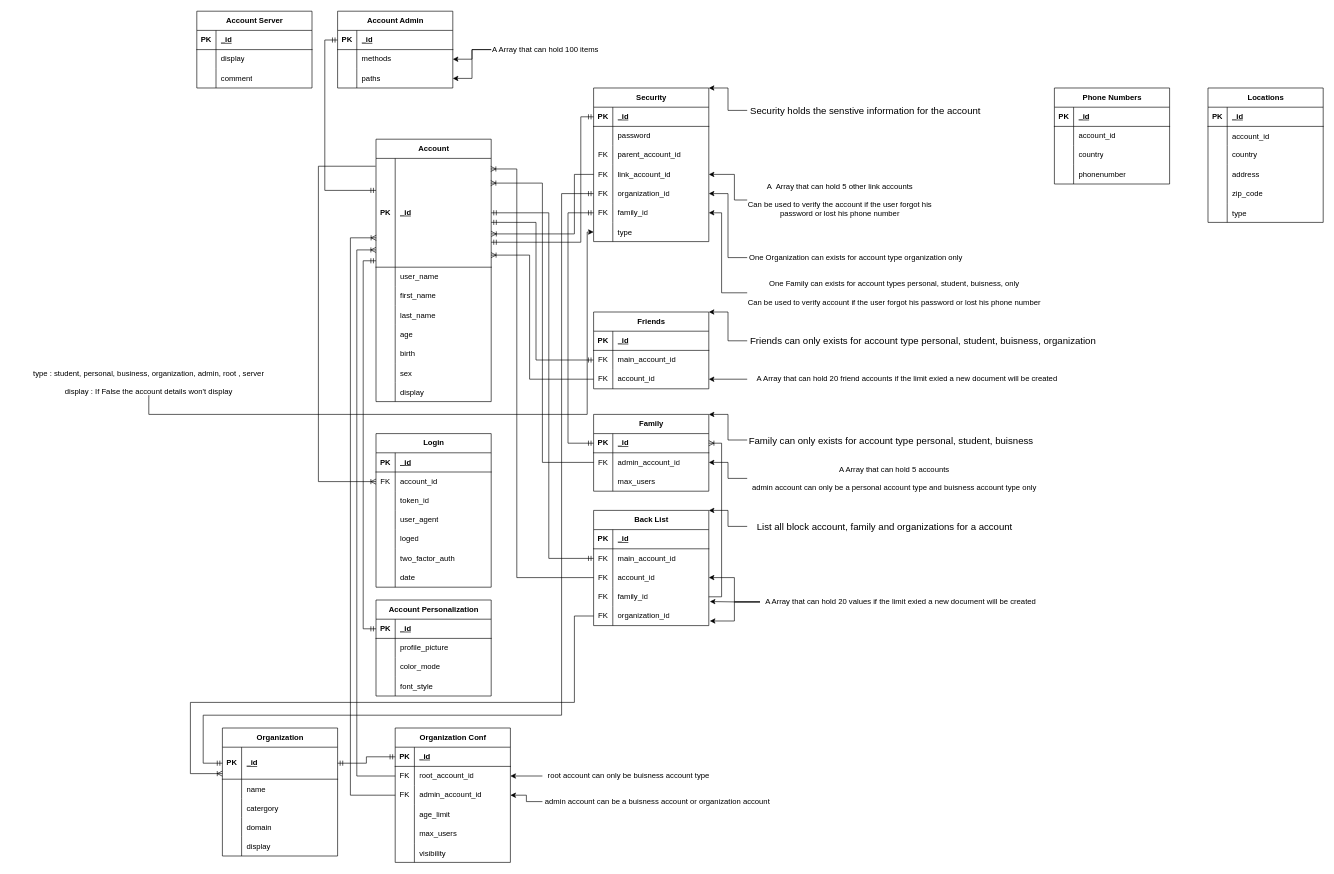
The draw.io diagram draw.io/relationShip.drawio in 0-kodiya-0/AccountSystem, before the edit. Source tidied: cells renumbered, new cells numbered last; positions are measured from the earlier drawing's top-left corner, leaving out a move shared by most shapes. Both pictures are drawn from the tidied source at 64%, with x=0, y=0 at pixel (11, 11).
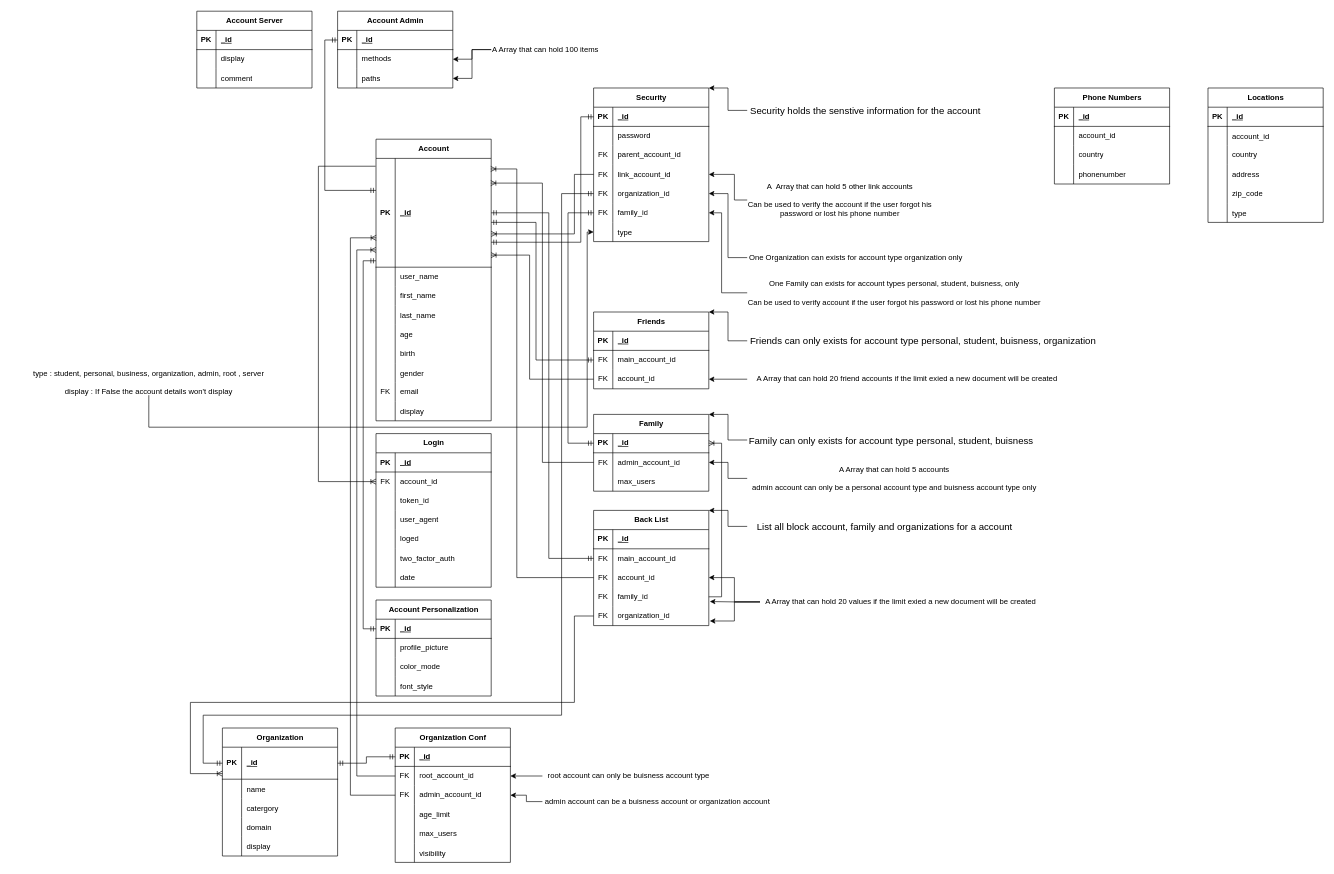
The same page after the edit.

The change refers to these unchanged cells:
```xml
<mxCell id="21" style="shape=tableRow;horizontal=0;startSize=0;swimlaneHead=0;swimlaneBody=0;fillColor=none;top=0;left=0;right=0;bottom=0;" parent="2" vertex="1">
  <mxGeometry y="350" width="180" height="30" as="geometry" />
</mxCell>
<mxCell id="46" style="shape=tableRow;horizontal=0;startSize=0;swimlaneHead=0;swimlaneBody=0;fillColor=none;points=[[0,0.5],[1,0.5]];portConstraint=eastwest;top=0;left=0;right=0;bottom=0;" parent="27" vertex="1">
  <mxGeometry y="210" width="180" height="30" as="geometry" />
</mxCell>
<mxCell id="115" value="type : student, personal, business, organization, admin, root , server&lt;br&gt;&lt;br&gt;display : If False the account details won't display" style="text;html=1;strokeColor=none;fillColor=none;align=center;verticalAlign=middle;whiteSpace=wrap;rounded=0;" parent="1" vertex="1">
  <mxGeometry y="560" width="430" height="40" as="geometry" />
</mxCell>
```

Diff of the diagram source:
```diff
@@
     <mxCell id="2" value="Account" style="shape=table;startSize=30;childLayout=tableLayout;rowLines=0;fontStyle=1;align=center;html=1;" parent="1" vertex="1">
-      <mxGeometry x="570" y="200" width="180" height="410" as="geometry" />
+      <mxGeometry x="570" y="200" width="180" height="440" as="geometry" />
     </mxCell>
@@
-    <mxCell id="23" value="sex" style="shape=partialRectangle;fillColor=none;top=0;left=0;bottom=0;right=0;align=left;spacingLeft=6;overflow=hidden;" parent="21" vertex="1">
+    <mxCell id="23" value="gender" style="shape=partialRectangle;fillColor=none;top=0;left=0;bottom=0;right=0;align=left;spacingLeft=6;overflow=hidden;" parent="21" vertex="1">
       <mxGeometry x="30" width="150" height="30" as="geometry" />
     </mxCell>
+    <mxCell id="255" style="shape=tableRow;horizontal=0;startSize=0;swimlaneHead=0;swimlaneBody=0;fillColor=none;top=0;left=0;right=0;bottom=0;" parent="2" vertex="1">
+      <mxGeometry y="380" width="180" height="30" as="geometry" />
+    </mxCell>
+    <mxCell id="256" value="FK" style="shape=partialRectangle;fillColor=none;top=0;left=0;bottom=0;right=0;fontStyle=0;overflow=hidden;whiteSpace=wrap;html=1;" parent="255" vertex="1">
+      <mxGeometry width="30" height="30" as="geometry" />
+    </mxCell>
+    <mxCell id="257" value="email" style="shape=partialRectangle;fillColor=none;top=0;left=0;bottom=0;right=0;align=left;spacingLeft=6;fontStyle=0;overflow=hidden;whiteSpace=wrap;html=1;" parent="255" vertex="1">
+      <mxGeometry x="30" width="150" height="30" as="geometry" />
+    </mxCell>
     <mxCell id="24" style="shape=tableRow;horizontal=0;startSize=0;swimlaneHead=0;swimlaneBody=0;fillColor=none;top=0;left=0;right=0;bottom=0;" parent="2" vertex="1">
-      <mxGeometry y="380" width="180" height="30" as="geometry" />
+      <mxGeometry y="410" width="180" height="30" as="geometry" />
     </mxCell>
@@
     <mxCell id="114" style="edgeStyle=orthogonalEdgeStyle;rounded=0;jettySize=auto;html=1;entryX=0;entryY=0.5;entryDx=0;entryDy=0;" parent="1" edge="1" source="115" target="46">
       <mxGeometry relative="1" as="geometry">
         <Array as="points">
-          <mxPoint x="215" y="630" />
-          <mxPoint x="900" y="630" />
+          <mxPoint x="215" y="650" />
+          <mxPoint x="900" y="650" />
           <mxPoint x="900" y="345" />
         </Array>
       </mxGeometry>
     </mxCell>
```
